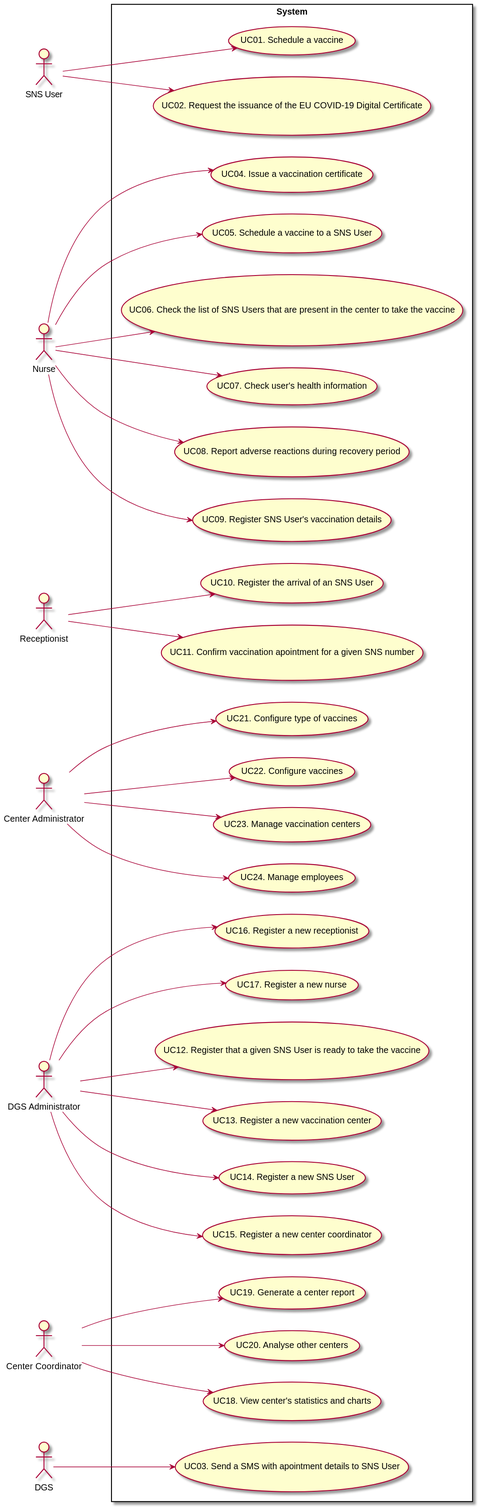
This is docs/SprintA/UCD.svg from miseEnPlace-i/lapr2, a PlantUML export, as it was before one commit. The source it was exported from:
```plantuml
@startuml UCD

left to right direction

actor "SNS User" as user
actor "Nurse" as nurse
actor "Receptionist" as recept
actor "Center Administrator" as cadmin
actor "DGS Administrator" as dgsadmin
actor "Center Coordinator" as coordinator
actor "DGS" as dgs

rectangle System {
  usecase "UC01. Schedule a vaccine" as UC01
  usecase "UC02. Request the issuance of the EU COVID-19 Digital Certificate" as UC02
  usecase "UC03. Send a SMS with apointment details to SNS User" as UC03
  usecase "UC04. Issue a vaccination certificate" as UC04
  usecase "UC05. Schedule a vaccine to a SNS User" as UC05
  usecase "UC06. Check the list of SNS Users that are present in the center to take the vaccine" as UC06
  usecase "UC07. Check user's health information" as UC07
  usecase "UC08. Report adverse reactions during recovery period" as UC08
  usecase "UC09. Register SNS User's vaccination details" as UC09
  usecase "UC10. Register the arrival of an SNS User" as UC10
  usecase "UC11. Confirm vaccination apointment for a given SNS number" as UC11
  usecase "UC12. Register that a given SNS User is ready to take the vaccine" as UC12
  usecase "UC13. Register a new vaccination center" as UC13
  usecase "UC14. Register a new SNS User" as UC14
  usecase "UC15. Register a new center coordinator" as UC15
  usecase "UC16. Register a new receptionist" as UC16
  usecase "UC17. Register a new nurse" as UC17
  usecase "UC18. View center's statistics and charts" as UC18
  usecase "UC19. Generate a center report" as UC19
  usecase "UC20. Analyse other centers" as UC20
  usecase "UC21. Configure type of vaccines" as UC21
  usecase "UC22. Configure vaccines" as UC22
  usecase "UC23. Manage vaccination centers" as UC23
  usecase "UC24. Manage employees" as UC24
}

user --> UC01
user --> UC02
dgs --> UC03
nurse --> UC04
nurse --> UC05
nurse --> UC06
nurse --> UC07
nurse --> UC08
nurse --> UC09
recept --> UC10
recept --> UC11
dgsadmin --> UC12
dgsadmin --> UC13
dgsadmin --> UC14
dgsadmin --> UC15
dgsadmin --> UC16
dgsadmin --> UC17
coordinator --> UC18
coordinator --> UC19
coordinator --> UC20
cadmin --> UC21
cadmin --> UC22
cadmin --> UC23
cadmin --> UC24

@enduml
```
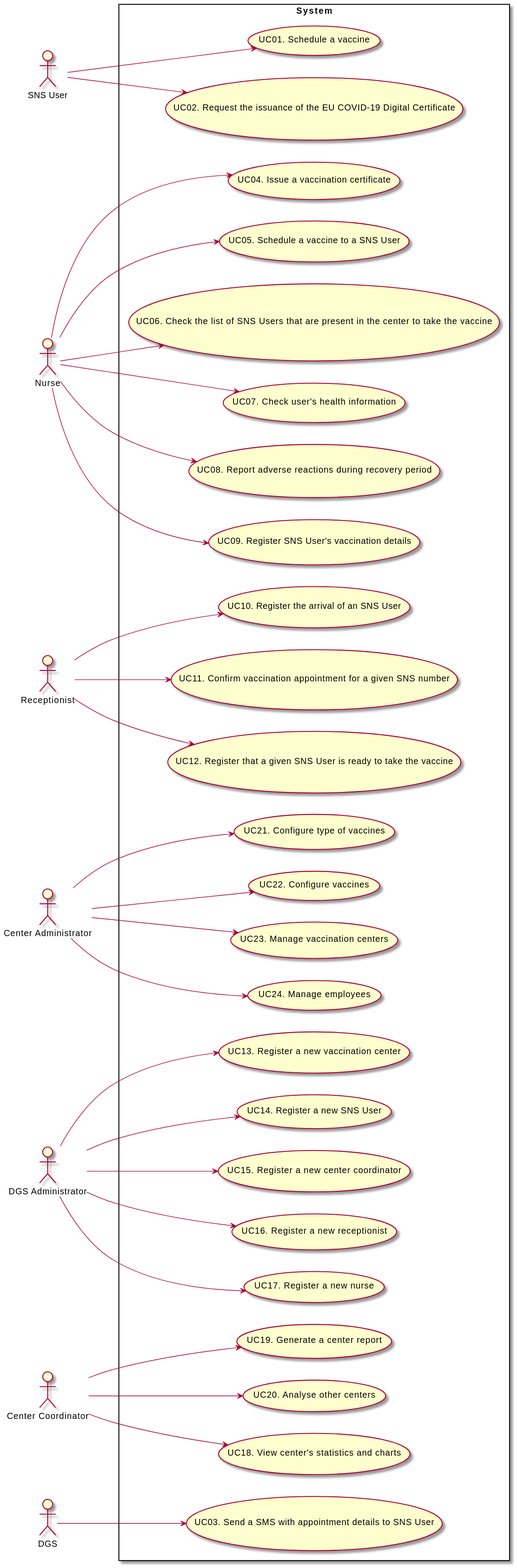
The same diagram one commit later.

Commit message:
chore(dm): adjusted styling of md

What changed in the source:
```diff
@@ -13,7 +13,7 @@
 rectangle System {
   usecase "UC01. Schedule a vaccine" as UC01
   usecase "UC02. Request the issuance of the EU COVID-19 Digital Certificate" as UC02
-  usecase "UC03. Send a SMS with apointment details to SNS User" as UC03
+  usecase "UC03. Send a SMS with appointment details to SNS User" as UC03
   usecase "UC04. Issue a vaccination certificate" as UC04
   usecase "UC05. Schedule a vaccine to a SNS User" as UC05
   usecase "UC06. Check the list of SNS Users that are present in the center to take the vaccine" as UC06
@@ -21,7 +21,7 @@
   usecase "UC08. Report adverse reactions during recovery period" as UC08
   usecase "UC09. Register SNS User's vaccination details" as UC09
   usecase "UC10. Register the arrival of an SNS User" as UC10
-  usecase "UC11. Confirm vaccination apointment for a given SNS number" as UC11
+  usecase "UC11. Confirm vaccination appointment for a given SNS number" as UC11
   usecase "UC12. Register that a given SNS User is ready to take the vaccine" as UC12
   usecase "UC13. Register a new vaccination center" as UC13
   usecase "UC14. Register a new SNS User" as UC14
@@ -48,7 +48,7 @@
 nurse --> UC09
 recept --> UC10
 recept --> UC11
-dgsadmin --> UC12
+recept --> UC12
 dgsadmin --> UC13
 dgsadmin --> UC14
 dgsadmin --> UC15
```
